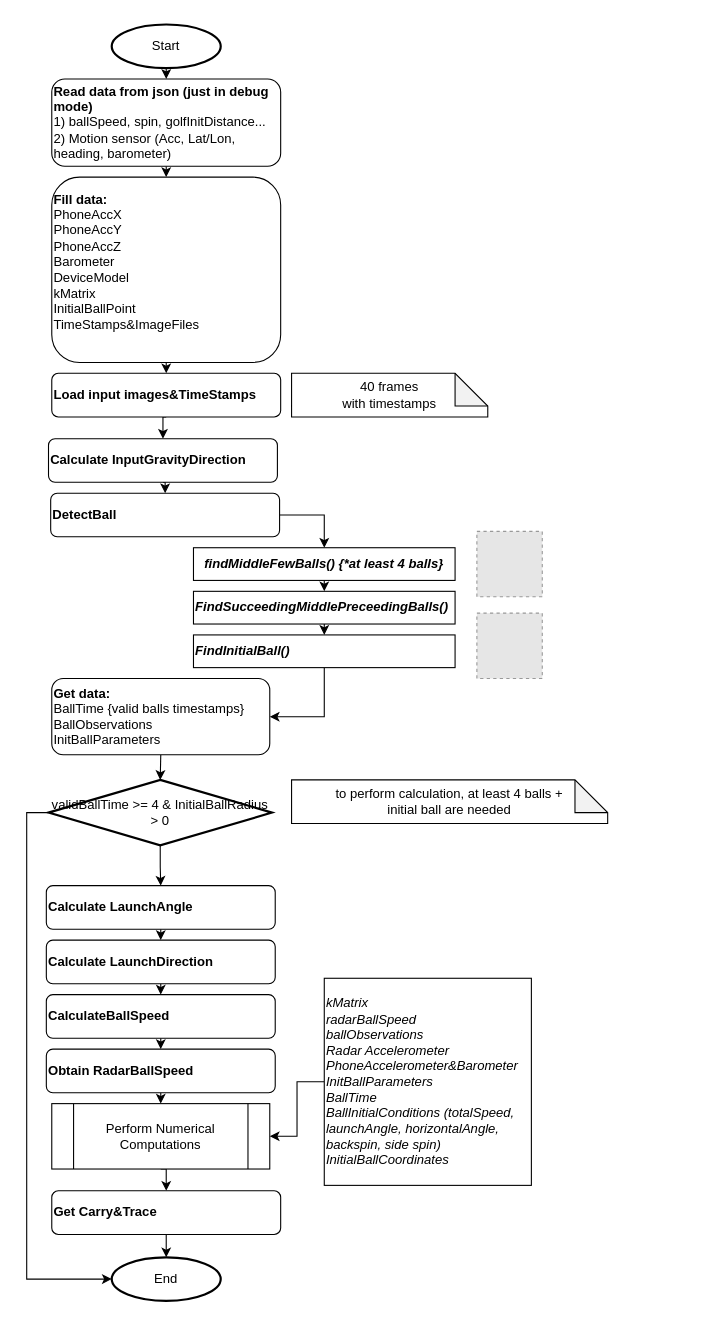
Before: GOLF.drawio in Mike335207/work, a draw.io diagram. Source tidied: cells renumbered, new cells numbered last; positions are measured from the earlier drawing's top-left corner, leaving out a move shared by most shapes. Both pictures are drawn from the tidied source at 109%, with x=0, y=0 at pixel (46, 24). Pictures stored in the file or linked from it are replaced by grey dashed boxes.
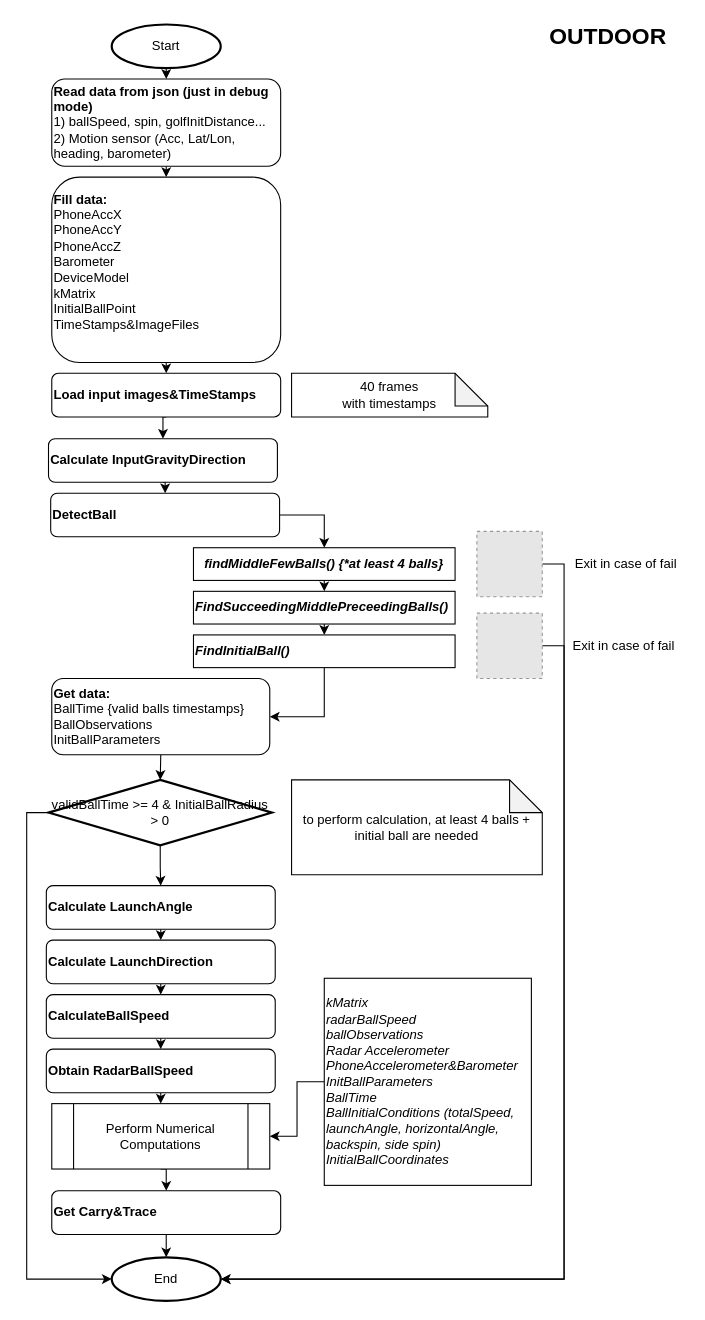
After the change.

The change refers to these unchanged cells:
```xml
<mxCell id="39" value="End" style="strokeWidth=2;html=1;shape=mxgraph.flowchart.start_1;whiteSpace=wrap;" parent="1" vertex="1">
  <mxGeometry x="60" y="1131" width="100" height="40" as="geometry" />
</mxCell>
<mxCell id="42" style="fillColor=#E6E6E6;strokeColor=#999999;dashed=1;html=1;verticalAlign=top;verticalLabelPosition=bottom;labelBackgroundColor=#ffffff;" parent="1" vertex="1">
  <mxGeometry x="395" y="465" width="60" height="60" as="geometry" />
</mxCell>
<mxCell id="43" style="fillColor=#E6E6E6;strokeColor=#999999;dashed=1;html=1;verticalAlign=top;verticalLabelPosition=bottom;labelBackgroundColor=#ffffff;" parent="1" vertex="1">
  <mxGeometry x="395" y="540" width="60" height="60" as="geometry" />
</mxCell>
```

Diff of the diagram source:
```diff
@@
+    <mxCell id="45" style="edgeStyle=orthogonalEdgeStyle;rounded=0;jettySize=auto;html=1;exitX=1;exitY=0.5;exitDx=0;exitDy=0;entryX=1;entryY=0.5;entryDx=0;entryDy=0;entryPerimeter=0;" parent="1" edge="1" source="42" target="39">
+      <mxGeometry relative="1" as="geometry" />
+    </mxCell>
@@
+    <mxCell id="46" style="edgeStyle=orthogonalEdgeStyle;rounded=0;jettySize=auto;html=1;exitX=1;exitY=0.5;exitDx=0;exitDy=0;entryX=1;entryY=0.5;entryDx=0;entryDy=0;entryPerimeter=0;" parent="1" edge="1" source="43" target="39">
+      <mxGeometry relative="1" as="geometry" />
+    </mxCell>
@@
     <mxCell id="44" value="&lt;div&gt;to perform calculation, at least 4 balls + &lt;br&gt;&lt;/div&gt;&lt;div&gt;initial ball are needed&lt;br&gt;&lt;/div&gt;" style="shape=note;whiteSpace=wrap;html=1;backgroundOutline=1;darkOpacity=0.05;" parent="1" vertex="1">
-      <mxGeometry x="225" y="693" width="290" height="40" as="geometry" />
+      <mxGeometry x="225" y="693" width="230" height="87" as="geometry" />
     </mxCell>
+    <mxCell id="47" value="Exit in case of fail" style="text;html=1;strokeColor=none;fillColor=none;align=center;verticalAlign=middle;whiteSpace=wrap;rounded=0;" parent="1" vertex="1">
+      <mxGeometry x="477" y="485" width="110" height="20" as="geometry" />
+    </mxCell>
+    <mxCell id="48" value="Exit in case of fail" style="text;html=1;strokeColor=none;fillColor=none;align=center;verticalAlign=middle;whiteSpace=wrap;rounded=0;" parent="1" vertex="1">
+      <mxGeometry x="475" y="560" width="110" height="20" as="geometry" />
+    </mxCell>
+    <mxCell id="49" value="OUTDOOR" style="text;html=1;align=center;verticalAlign=middle;fontStyle=1;fontSize=21;" parent="1" vertex="1">
+      <mxGeometry x="455" y="-5" width="120" height="30" as="geometry" />
+    </mxCell>
```
